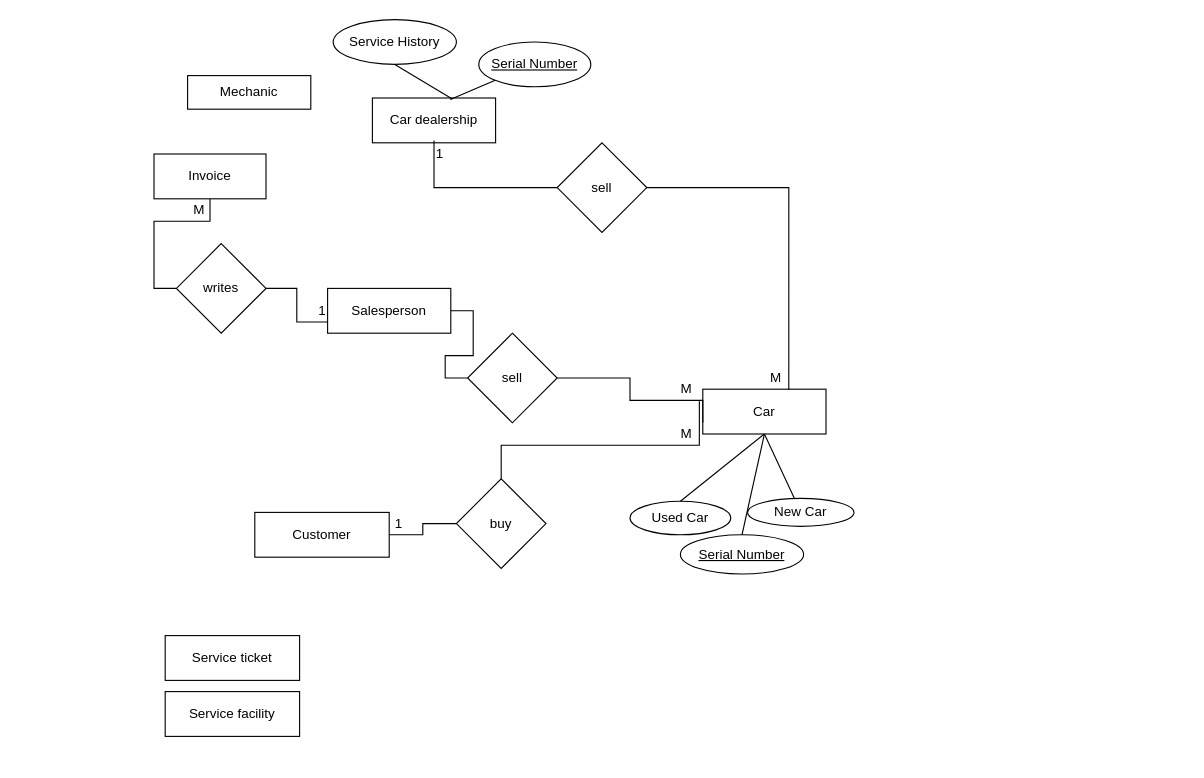
The draw.io diagram DS3 Activity 3.5 ER Diagram.drawio in ImaDeSara/ImaDeSara, before the edit. Source tidied: cells renumbered, new cells numbered last; positions are measured from the earlier drawing's top-left corner, leaving out a move shared by most shapes. Both pictures are drawn from the tidied source at 112%, with x=0, y=0 at pixel (153, 19).
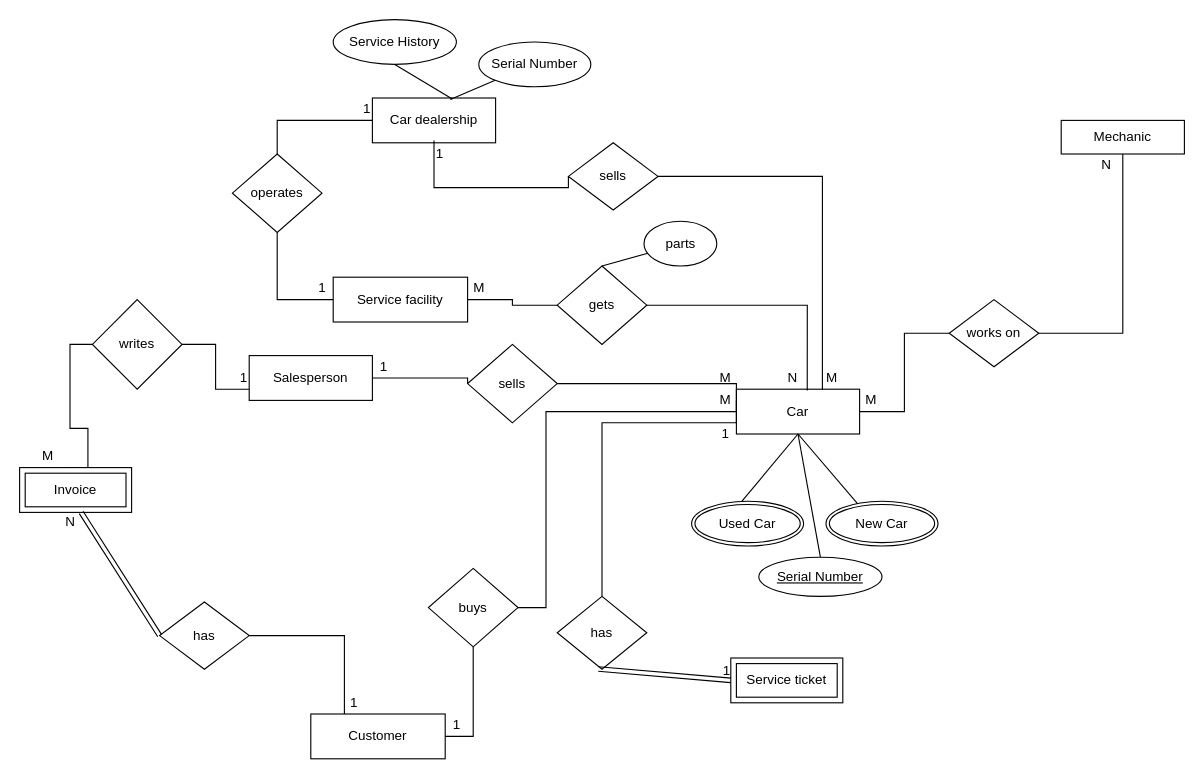
After the change.

The change refers to these unchanged cells:
```xml
<mxCell id="2" value="Car dealership" style="rounded=0;whiteSpace=wrap;html=1;" parent="1" vertex="1">
  <mxGeometry x="195" y="70" width="110" height="40" as="geometry" />
</mxCell>
```

The edit, as a diff of the source:
```diff
@@
+    <mxCell id="39" style="edgeStyle=orthogonalEdgeStyle;rounded=0;jettySize=auto;html=1;entryX=0.5;entryY=0;entryDx=0;entryDy=0;startArrow=none;startFill=0;endArrow=none;endFill=0;" parent="1" edge="1" source="2" target="45">
+      <mxGeometry relative="1" as="geometry" />
+    </mxCell>
@@
     <mxCell id="3" value="Service facility" style="rounded=0;whiteSpace=wrap;html=1;" parent="1" vertex="1">
-      <mxGeometry x="10" y="600" width="120" height="40" as="geometry" />
+      <mxGeometry x="160" y="230" width="120" height="40" as="geometry" />
     </mxCell>
+    <mxCell id="40" style="edgeStyle=orthogonalEdgeStyle;rounded=0;jettySize=auto;html=1;startArrow=none;startFill=0;endArrow=none;endFill=0;" parent="1" edge="1" source="4" target="55">
+      <mxGeometry relative="1" as="geometry">
+        <Array as="points">
+          <mxPoint x="400" y="360" />
+        </Array>
+      </mxGeometry>
+    </mxCell>
     <mxCell id="4" value="Car" style="rounded=0;whiteSpace=wrap;html=1;" parent="1" vertex="1">
-      <mxGeometry x="490" y="330" width="110" height="40" as="geometry" />
+      <mxGeometry x="520" y="330" width="110" height="40" as="geometry" />
     </mxCell>
     <mxCell id="5" style="edgeStyle=orthogonalEdgeStyle;rounded=0;jettySize=auto;html=1;entryX=0;entryY=0.5;entryDx=0;entryDy=0;startArrow=none;startFill=0;endArrow=none;endFill=0;" parent="1" edge="1" source="6" target="28">
-      <mxGeometry relative="1" as="geometry" />
+      <mxGeometry relative="1" as="geometry">
+        <Array as="points">
+          <mxPoint x="280" y="320" />
+        </Array>
+      </mxGeometry>
     </mxCell>
     <mxCell id="6" value="Salesperson" style="rounded=0;whiteSpace=wrap;html=1;" parent="1" vertex="1">
-      <mxGeometry x="155" y="240" width="110" height="40" as="geometry" />
+      <mxGeometry x="85" y="300" width="110" height="40" as="geometry" />
     </mxCell>
-    <mxCell id="7" style="edgeStyle=orthogonalEdgeStyle;rounded=0;jettySize=auto;html=1;entryX=0;entryY=0.5;entryDx=0;entryDy=0;startArrow=none;startFill=0;endArrow=none;endFill=0;" parent="1" edge="1" source="8" target="36">
-      <mxGeometry relative="1" as="geometry" />
+    <mxCell id="7" style="edgeStyle=orthogonalEdgeStyle;rounded=0;jettySize=auto;html=1;entryX=0;entryY=0.5;entryDx=0;entryDy=0;startArrow=none;startFill=0;endArrow=none;endFill=0;" parent="1" edge="1" target="36">
+      <mxGeometry relative="1" as="geometry">
+        <mxPoint x="-80" y="400" as="sourcePoint" />
+      </mxGeometry>
     </mxCell>
-    <mxCell id="8" value="Invoice" style="rounded=0;whiteSpace=wrap;html=1;" parent="1" vertex="1">
-      <mxGeometry y="120" width="100" height="40" as="geometry" />
-    </mxCell>
     <mxCell id="9" value="Mechanic" style="rounded=0;whiteSpace=wrap;html=1;" parent="1" vertex="1">
-      <mxGeometry x="30" y="50" width="110" height="30" as="geometry" />
+      <mxGeometry x="810" y="90" width="110" height="30" as="geometry" />
     </mxCell>
     <mxCell id="10" value="Customer" style="rounded=0;whiteSpace=wrap;html=1;" parent="1" vertex="1">
-      <mxGeometry x="90" y="440" width="120" height="40" as="geometry" />
+      <mxGeometry x="140" y="620" width="120" height="40" as="geometry" />
     </mxCell>
-    <mxCell id="11" value="Service ticket" style="rounded=0;whiteSpace=wrap;html=1;" parent="1" vertex="1">
-      <mxGeometry x="10" y="550" width="120" height="40" as="geometry" />
-    </mxCell>
-    <mxCell id="12" value="&lt;u&gt;Serial Number&lt;/u&gt;" style="ellipse;whiteSpace=wrap;html=1;" parent="1" vertex="1">
+    <mxCell id="12" value="Serial Number" style="ellipse;whiteSpace=wrap;html=1;" parent="1" vertex="1">
       <mxGeometry x="290" y="20" width="100" height="40" as="geometry" />
     </mxCell>
@@
-    <mxCell id="15" value="sell" style="rhombus;whiteSpace=wrap;html=1;" parent="1" vertex="1">
-      <mxGeometry x="360" y="110" width="80" height="80" as="geometry" />
+    <mxCell id="15" value="sells" style="rhombus;whiteSpace=wrap;html=1;" parent="1" vertex="1">
+      <mxGeometry x="370" y="110" width="80" height="60" as="geometry" />
     </mxCell>
@@
     <mxCell id="18" value="M" style="text;html=1;align=center;verticalAlign=middle;strokeColor=none;fillColor=none;" parent="1" vertex="1">
-      <mxGeometry x="540" y="310" width="30" height="20" as="geometry" />
+      <mxGeometry x="590" y="310" width="30" height="20" as="geometry" />
     </mxCell>
-    <mxCell id="19" value="&lt;span&gt;Used Car&lt;/span&gt;" style="ellipse;whiteSpace=wrap;html=1;" parent="1" vertex="1">
-      <mxGeometry x="425" y="430" width="90" height="30" as="geometry" />
-    </mxCell>
-    <mxCell id="20" value="&lt;span&gt;New Car&lt;/span&gt;" style="ellipse;whiteSpace=wrap;html=1;" parent="1" vertex="1">
-      <mxGeometry x="530" y="427.5" width="95" height="25" as="geometry" />
-    </mxCell>
-    <mxCell id="21" style="endArrow=none;html=1;rounded=0;exitX=0.5;exitY=0;exitDx=0;exitDy=0;entryX=0.5;entryY=1;entryDx=0;entryDy=0;" parent="1" edge="1" source="19" target="4">
-      <mxGeometry relative="1" as="geometry" />
+    <mxCell id="21" style="endArrow=none;html=1;rounded=0;exitX=0.5;exitY=0;exitDx=0;exitDy=0;entryX=0.5;entryY=1;entryDx=0;entryDy=0;" parent="1" edge="1" target="4">
+      <mxGeometry relative="1" as="geometry">
+        <mxPoint x="525" y="430" as="sourcePoint" />
+      </mxGeometry>
     </mxCell>
-    <mxCell id="22" style="endArrow=none;html=1;rounded=0;entryX=0.5;entryY=1;entryDx=0;entryDy=0;" parent="1" edge="1" source="20" target="4">
-      <mxGeometry relative="1" as="geometry" />
+    <mxCell id="22" style="endArrow=none;html=1;rounded=0;entryX=0.5;entryY=1;entryDx=0;entryDy=0;" parent="1" edge="1" target="4">
+      <mxGeometry relative="1" as="geometry">
+        <mxPoint x="628.7" y="432.9" as="sourcePoint" />
+      </mxGeometry>
     </mxCell>
     <mxCell id="23" value="&lt;u&gt;Serial Number&lt;/u&gt;" style="ellipse;whiteSpace=wrap;html=1;" parent="1" vertex="1">
-      <mxGeometry x="470" y="460" width="110" height="35" as="geometry" />
+      <mxGeometry x="540" y="480" width="110" height="35" as="geometry" />
     </mxCell>
@@
-    <mxCell id="27" style="edgeStyle=orthogonalEdgeStyle;rounded=0;jettySize=auto;html=1;entryX=0;entryY=0.75;entryDx=0;entryDy=0;startArrow=none;startFill=0;endArrow=none;endFill=0;" parent="1" edge="1" source="28" target="4">
+    <mxCell id="27" style="edgeStyle=orthogonalEdgeStyle;rounded=0;jettySize=auto;html=1;entryX=0;entryY=0.75;entryDx=0;entryDy=0;startArrow=none;startFill=0;endArrow=none;endFill=0;exitX=1;exitY=0.5;exitDx=0;exitDy=0;" parent="1" edge="1" source="28" target="4">
       <mxGeometry relative="1" as="geometry">
         <Array as="points">
-          <mxPoint x="425" y="320" />
-          <mxPoint x="425" y="340" />
-          <mxPoint x="490" y="340" />
+          <mxPoint x="520" y="325" />
         </Array>
       </mxGeometry>
     </mxCell>
-    <mxCell id="28" value="sell" style="rhombus;whiteSpace=wrap;html=1;" parent="1" vertex="1">
-      <mxGeometry x="280" y="280" width="80" height="80" as="geometry" />
+    <mxCell id="28" value="sells" style="rhombus;whiteSpace=wrap;html=1;" parent="1" vertex="1">
+      <mxGeometry x="280" y="290" width="80" height="70" as="geometry" />
     </mxCell>
     <mxCell id="29" value="M" style="text;html=1;align=center;verticalAlign=middle;strokeColor=none;fillColor=none;" parent="1" vertex="1">
-      <mxGeometry x="460" y="360" width="30" height="20" as="geometry" />
+      <mxGeometry x="495" y="330" width="30" height="20" as="geometry" />
     </mxCell>
@@
-    <mxCell id="31" style="edgeStyle=orthogonalEdgeStyle;rounded=0;jettySize=auto;html=1;entryX=0.898;entryY=1.04;entryDx=0;entryDy=0;entryPerimeter=0;startArrow=none;startFill=0;endArrow=none;endFill=0;" parent="1" edge="1" source="32" target="34">
+    <mxCell id="31" style="edgeStyle=orthogonalEdgeStyle;rounded=0;jettySize=auto;html=1;startArrow=none;startFill=0;endArrow=none;endFill=0;entryX=0;entryY=0.25;entryDx=0;entryDy=0;" parent="1" edge="1" source="32" target="4">
       <mxGeometry relative="1" as="geometry">
         <Array as="points">
-          <mxPoint x="310" y="380" />
-          <mxPoint x="487" y="380" />
+          <mxPoint x="350" y="525" />
+          <mxPoint x="350" y="350" />
+          <mxPoint x="520" y="350" />
         </Array>
       </mxGeometry>
     </mxCell>
-    <mxCell id="32" value="buy" style="rhombus;whiteSpace=wrap;html=1;" parent="1" vertex="1">
-      <mxGeometry x="270" y="410" width="80" height="80" as="geometry" />
+    <mxCell id="32" value="buys" style="rhombus;whiteSpace=wrap;html=1;" parent="1" vertex="1">
+      <mxGeometry x="245" y="490" width="80" height="70" as="geometry" />
     </mxCell>
     <mxCell id="33" value="&amp;nbsp; &amp;nbsp; &amp;nbsp;1" style="text;html=1;align=center;verticalAlign=middle;strokeColor=none;fillColor=none;" parent="1" vertex="1">
-      <mxGeometry x="190" y="440" width="40" height="20" as="geometry" />
+      <mxGeometry x="150" y="600" width="40" height="20" as="geometry" />
     </mxCell>
     <mxCell id="34" value="M" style="text;html=1;align=center;verticalAlign=middle;points=[];strokeColor=none;fillColor=none;" parent="1" vertex="1">
-      <mxGeometry x="460" y="320" width="30" height="20" as="geometry" />
+      <mxGeometry x="495" y="310" width="30" height="20" as="geometry" />
     </mxCell>
@@
     <mxCell id="36" value="writes" style="rhombus;whiteSpace=wrap;html=1;" parent="1" vertex="1">
-      <mxGeometry x="20" y="200" width="80" height="80" as="geometry" />
+      <mxGeometry x="-55" y="250" width="80" height="80" as="geometry" />
     </mxCell>
     <mxCell id="37" value="1" style="text;html=1;align=center;verticalAlign=middle;strokeColor=none;fillColor=none;" parent="1" vertex="1">
-      <mxGeometry x="140" y="250" width="20" height="20" as="geometry" />
+      <mxGeometry x="70" y="310" width="20" height="20" as="geometry" />
     </mxCell>
     <mxCell id="38" value="M" style="text;html=1;align=center;verticalAlign=middle;strokeColor=none;fillColor=none;" parent="1" vertex="1">
-      <mxGeometry x="25" y="160" width="30" height="20" as="geometry" />
+      <mxGeometry x="-110" y="380" width="30" height="20" as="geometry" />
     </mxCell>
+    <mxCell id="41" style="edgeStyle=orthogonalEdgeStyle;rounded=0;jettySize=auto;html=1;startArrow=none;startFill=0;endArrow=none;endFill=0;entryX=0.25;entryY=0;entryDx=0;entryDy=0;" parent="1" edge="1" source="42" target="10">
+      <mxGeometry relative="1" as="geometry" />
+    </mxCell>
+    <mxCell id="42" value="has" style="rhombus;whiteSpace=wrap;html=1;" parent="1" vertex="1">
+      <mxGeometry x="5" y="520" width="80" height="60" as="geometry" />
+    </mxCell>
+    <mxCell id="43" value="1" style="text;html=1;align=center;verticalAlign=middle;strokeColor=none;fillColor=none;" parent="1" vertex="1">
+      <mxGeometry x="195" y="300" width="20" height="20" as="geometry" />
+    </mxCell>
+    <mxCell id="44" style="edgeStyle=orthogonalEdgeStyle;rounded=0;jettySize=auto;html=1;entryX=0;entryY=0.5;entryDx=0;entryDy=0;startArrow=none;startFill=0;endArrow=none;endFill=0;" parent="1" edge="1" source="45" target="3">
+      <mxGeometry relative="1" as="geometry">
+        <Array as="points">
+          <mxPoint x="110" y="250" />
+        </Array>
+      </mxGeometry>
+    </mxCell>
+    <mxCell id="45" value="operates" style="rhombus;whiteSpace=wrap;html=1;" parent="1" vertex="1">
+      <mxGeometry x="70" y="120" width="80" height="70" as="geometry" />
+    </mxCell>
+    <mxCell id="46" value="1" style="text;html=1;align=center;verticalAlign=middle;strokeColor=none;fillColor=none;" parent="1" vertex="1">
+      <mxGeometry x="180" y="70" width="20" height="20" as="geometry" />
+    </mxCell>
+    <mxCell id="47" value="1" style="text;html=1;align=center;verticalAlign=middle;strokeColor=none;fillColor=none;" parent="1" vertex="1">
+      <mxGeometry x="140" y="230" width="20" height="20" as="geometry" />
+    </mxCell>
+    <mxCell id="48" style="edgeStyle=orthogonalEdgeStyle;rounded=0;jettySize=auto;html=1;entryX=1;entryY=0.5;entryDx=0;entryDy=0;startArrow=none;startFill=0;endArrow=none;endFill=0;" parent="1" edge="1" source="50" target="3">
+      <mxGeometry relative="1" as="geometry" />
+    </mxCell>
+    <mxCell id="49" style="edgeStyle=orthogonalEdgeStyle;rounded=0;jettySize=auto;html=1;entryX=0.575;entryY=0.03;entryDx=0;entryDy=0;entryPerimeter=0;startArrow=none;startFill=0;endArrow=none;endFill=0;" parent="1" edge="1" source="50" target="4">
+      <mxGeometry relative="1" as="geometry" />
+    </mxCell>
+    <mxCell id="50" value="gets" style="rhombus;whiteSpace=wrap;html=1;" parent="1" vertex="1">
+      <mxGeometry x="360" y="220" width="80" height="70" as="geometry" />
+    </mxCell>
+    <mxCell id="51" value="M" style="text;html=1;align=center;verticalAlign=middle;strokeColor=none;fillColor=none;" parent="1" vertex="1">
+      <mxGeometry x="275" y="230" width="30" height="20" as="geometry" />
+    </mxCell>
+    <mxCell id="52" value="&amp;nbsp; &amp;nbsp;N" style="text;html=1;align=center;verticalAlign=middle;strokeColor=none;fillColor=none;" parent="1" vertex="1">
+      <mxGeometry x="550" y="310" width="30" height="20" as="geometry" />
+    </mxCell>
+    <mxCell id="53" value="&lt;span&gt;parts&lt;/span&gt;" style="ellipse;whiteSpace=wrap;html=1;" parent="1" vertex="1">
+      <mxGeometry x="437.5" y="180" width="65" height="40" as="geometry" />
+    </mxCell>
+    <mxCell id="54" style="endArrow=none;html=1;rounded=0;entryX=0.054;entryY=0.714;entryDx=0;entryDy=0;entryPerimeter=0;exitX=0.5;exitY=0;exitDx=0;exitDy=0;" parent="1" edge="1" source="50" target="53">
+      <mxGeometry relative="1" as="geometry" />
+    </mxCell>
+    <mxCell id="55" value="has" style="rhombus;whiteSpace=wrap;html=1;" parent="1" vertex="1">
+      <mxGeometry x="360" y="515" width="80" height="65" as="geometry" />
+    </mxCell>
+    <mxCell id="56" value="1" style="text;html=1;align=center;verticalAlign=middle;strokeColor=none;fillColor=none;" parent="1" vertex="1">
+      <mxGeometry x="260" y="620" width="20" height="20" as="geometry" />
+    </mxCell>
+    <mxCell id="57" value="1" style="text;html=1;align=center;verticalAlign=middle;strokeColor=none;fillColor=none;" parent="1" vertex="1">
+      <mxGeometry x="500" y="360" width="20" height="20" as="geometry" />
+    </mxCell>
+    <mxCell id="19" value="Used Car" style="ellipse;shape=doubleEllipse;margin=3;whiteSpace=wrap;html=1;align=center;" parent="1" vertex="1">
+      <mxGeometry x="480" y="430" width="100" height="40" as="geometry" />
+    </mxCell>
+    <mxCell id="20" value="New Car" style="ellipse;shape=doubleEllipse;margin=3;whiteSpace=wrap;html=1;align=center;" parent="1" vertex="1">
+      <mxGeometry x="600" y="430" width="100" height="40" as="geometry" />
+    </mxCell>
+    <mxCell id="11" value="Service ticket" style="shape=ext;margin=3;double=1;whiteSpace=wrap;html=1;align=center;" parent="1" vertex="1">
+      <mxGeometry x="515" y="570" width="100" height="40" as="geometry" />
+    </mxCell>
+    <mxCell id="8" value="Invoice" style="shape=ext;margin=3;double=1;whiteSpace=wrap;html=1;align=center;" parent="1" vertex="1">
+      <mxGeometry x="-120" y="400" width="100" height="40" as="geometry" />
+    </mxCell>
+    <mxCell id="58" style="shape=link;html=1;rounded=0;startArrow=none;startFill=0;endArrow=none;endFill=0;entryX=0.5;entryY=1;entryDx=0;entryDy=0;" parent="1" edge="1">
+      <mxGeometry relative="1" as="geometry">
+        <mxPoint x="5" y="550" as="sourcePoint" />
+        <mxPoint x="-65" y="440" as="targetPoint" />
+      </mxGeometry>
+    </mxCell>
+    <mxCell id="59" value="N" style="html=1;align=right;verticalAlign=bottom;" parent="58" vertex="1">
+      <mxGeometry x="1" relative="1" as="geometry">
+        <mxPoint x="-5" y="17" as="offset" />
+      </mxGeometry>
+    </mxCell>
+    <mxCell id="60" style="shape=link;html=1;rounded=0;startArrow=none;startFill=0;endArrow=none;endFill=0;entryX=0;entryY=0.5;entryDx=0;entryDy=0;exitX=0.46;exitY=0.997;exitDx=0;exitDy=0;exitPerimeter=0;" parent="1" edge="1" source="55" target="11">
+      <mxGeometry relative="1" as="geometry" />
+    </mxCell>
+    <mxCell id="61" value="1" style="html=1;align=right;verticalAlign=bottom;" parent="60" vertex="1">
+      <mxGeometry x="1" relative="1" as="geometry" />
+    </mxCell>
+    <mxCell id="62" style="edgeStyle=orthogonalEdgeStyle;rounded=0;jettySize=auto;html=1;entryX=1;entryY=0.5;entryDx=0;entryDy=0;startArrow=none;startFill=0;endArrow=none;endFill=0;" parent="1" edge="1" source="64" target="4">
+      <mxGeometry relative="1" as="geometry" />
+    </mxCell>
+    <mxCell id="63" style="edgeStyle=orthogonalEdgeStyle;rounded=0;jettySize=auto;html=1;entryX=0.5;entryY=1;entryDx=0;entryDy=0;startArrow=none;startFill=0;endArrow=none;endFill=0;" parent="1" edge="1" source="64" target="9">
+      <mxGeometry relative="1" as="geometry" />
+    </mxCell>
+    <mxCell id="64" value="works on" style="rhombus;whiteSpace=wrap;html=1;" parent="1" vertex="1">
+      <mxGeometry x="710" y="250" width="80" height="60" as="geometry" />
+    </mxCell>
+    <mxCell id="65" value="N" style="text;html=1;align=center;verticalAlign=middle;strokeColor=none;fillColor=none;" parent="1" vertex="1">
+      <mxGeometry x="840" y="120" width="20" height="20" as="geometry" />
+    </mxCell>
+    <mxCell id="66" value="M" style="text;html=1;align=center;verticalAlign=middle;strokeColor=none;fillColor=none;" parent="1" vertex="1">
+      <mxGeometry x="625" y="330" width="30" height="20" as="geometry" />
+    </mxCell>
```
